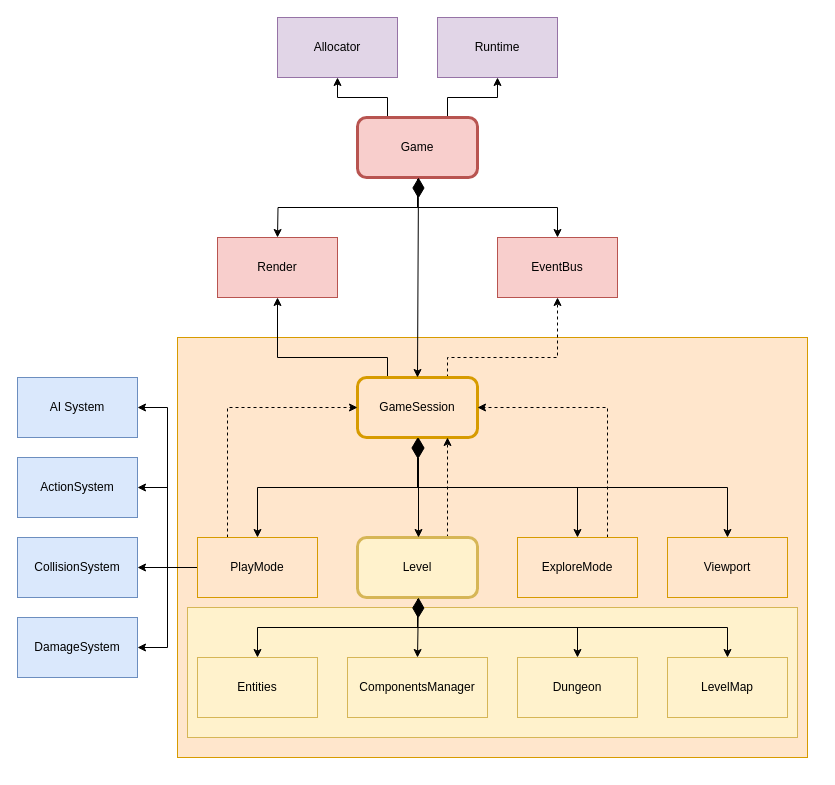
Earlier version of the draw.io diagram page "Main components" (1 of 3) of docs/schemas.drawio (vladimir-popov/forgotten_catacombs). Source tidied: cells renumbered, new cells numbered last; positions are measured from the earlier drawing's top-left corner, leaving out a move shared by most shapes. Both pictures are drawn from the tidied source at 100%, with x=0, y=0 at pixel (17, 17).
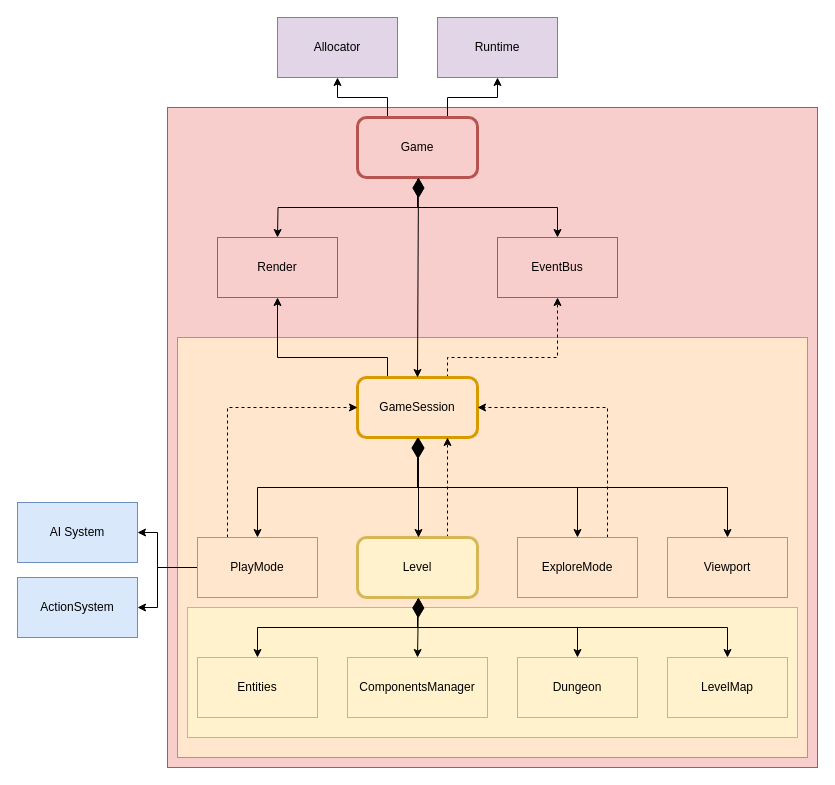
Above is the later version.

Unchanged cells that the change refers to:
```xml
<mxCell id="29" value="PlayMode" style="rounded=0;whiteSpace=wrap;html=1;fillColor=#ffe6cc;strokeColor=#d79b00;" parent="1" vertex="1">
  <mxGeometry x="180" y="520" width="120" height="60" as="geometry" />
</mxCell>
```

Diff of the diagram source:
```diff
@@
+    <mxCell id="44" style="rounded=0;whiteSpace=wrap;html=1;fillColor=#f8cecc;strokeColor=#b85450;" parent="1" vertex="1">
+      <mxGeometry x="150" y="90" width="650" height="660" as="geometry" />
+    </mxCell>
@@
     <mxCell id="25" style="edgeStyle=orthogonalEdgeStyle;rounded=0;jettySize=auto;html=1;exitX=0;exitY=0.5;exitDx=0;exitDy=0;entryX=1;entryY=0.5;entryDx=0;entryDy=0;" parent="1" edge="1" source="29" target="35">
-      <mxGeometry relative="1" as="geometry" />
+      <mxGeometry relative="1" as="geometry">
+        <Array as="points">
+          <mxPoint x="140" y="550" />
+          <mxPoint x="140" y="515" />
+        </Array>
+      </mxGeometry>
     </mxCell>
     <mxCell id="26" style="edgeStyle=orthogonalEdgeStyle;rounded=0;jettySize=auto;html=1;exitX=0;exitY=0.5;exitDx=0;exitDy=0;entryX=1;entryY=0.5;entryDx=0;entryDy=0;" parent="1" edge="1" source="29" target="36">
-      <mxGeometry relative="1" as="geometry" />
+      <mxGeometry relative="1" as="geometry">
+        <Array as="points">
+          <mxPoint x="140" y="550" />
+          <mxPoint x="140" y="590" />
+        </Array>
+      </mxGeometry>
     </mxCell>
-    <mxCell id="27" style="edgeStyle=orthogonalEdgeStyle;rounded=0;jettySize=auto;html=1;exitX=0;exitY=0.5;exitDx=0;exitDy=0;entryX=1;entryY=0.5;entryDx=0;entryDy=0;" parent="1" edge="1" source="29" target="37">
-      <mxGeometry relative="1" as="geometry" />
-    </mxCell>
-    <mxCell id="28" style="edgeStyle=orthogonalEdgeStyle;rounded=0;jettySize=auto;html=1;exitX=0;exitY=0.5;exitDx=0;exitDy=0;entryX=1;entryY=0.5;entryDx=0;entryDy=0;" parent="1" edge="1" source="29" target="38">
-      <mxGeometry relative="1" as="geometry" />
-    </mxCell>
@@
     <mxCell id="35" value="AI System" style="rounded=0;whiteSpace=wrap;html=1;fillColor=#dae8fc;strokeColor=#6c8ebf;" parent="1" vertex="1">
-      <mxGeometry y="360" width="120" height="60" as="geometry" />
+      <mxGeometry y="485" width="120" height="60" as="geometry" />
     </mxCell>
     <mxCell id="36" value="ActionSystem" style="rounded=0;whiteSpace=wrap;html=1;fillColor=#dae8fc;strokeColor=#6c8ebf;" parent="1" vertex="1">
-      <mxGeometry y="440" width="120" height="60" as="geometry" />
+      <mxGeometry y="560" width="120" height="60" as="geometry" />
     </mxCell>
-    <mxCell id="37" value="CollisionSystem" style="rounded=0;whiteSpace=wrap;html=1;fillColor=#dae8fc;strokeColor=#6c8ebf;" parent="1" vertex="1">
-      <mxGeometry y="520" width="120" height="60" as="geometry" />
-    </mxCell>
-    <mxCell id="38" value="DamageSystem" style="rounded=0;whiteSpace=wrap;html=1;fillColor=#dae8fc;strokeColor=#6c8ebf;" parent="1" vertex="1">
-      <mxGeometry y="600" width="120" height="60" as="geometry" />
-    </mxCell>
```
